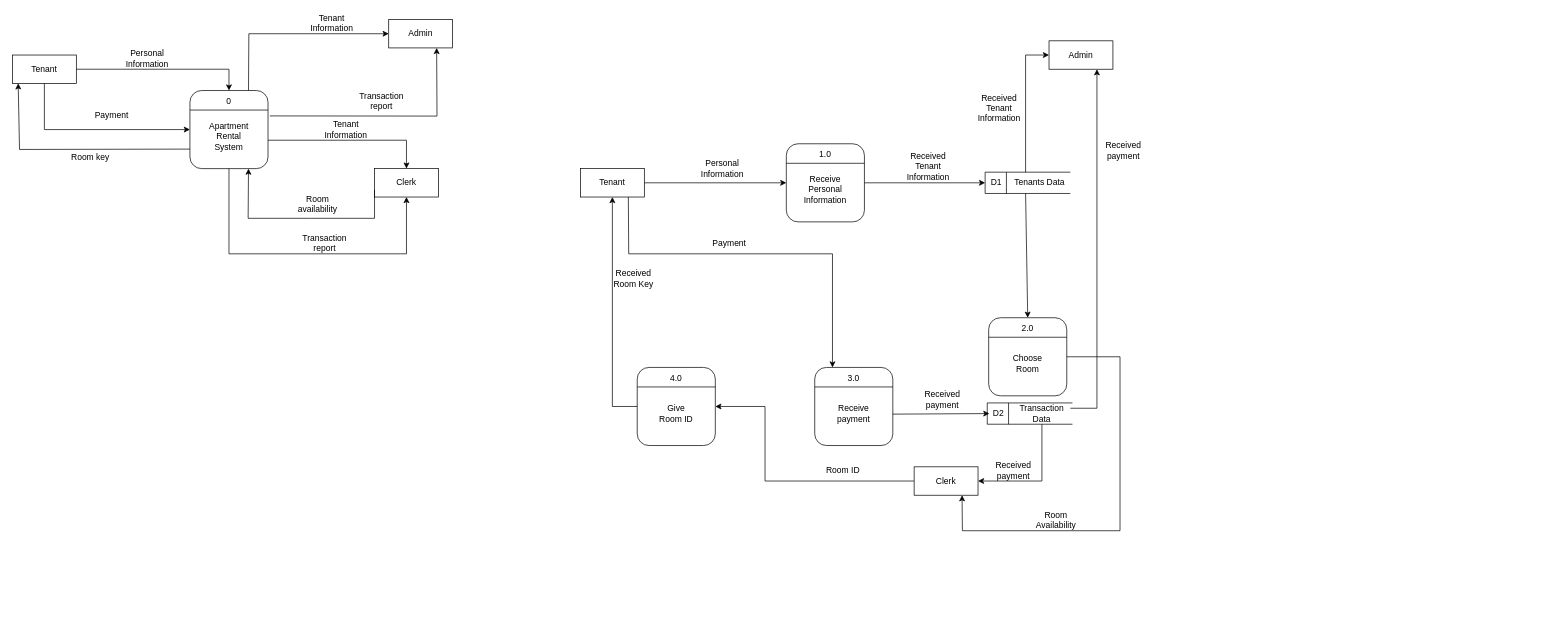
Beskiit/DIAGRAMS keeps this draw.io diagram as DFD.drawio. Above is the earlier version. Source tidied: cells renumbered, new cells numbered last; positions are measured from the earlier drawing's top-left corner, leaving out a move shared by most shapes. Both pictures are drawn from the tidied source at 71%, with x=0, y=0 at pixel (12, 12).
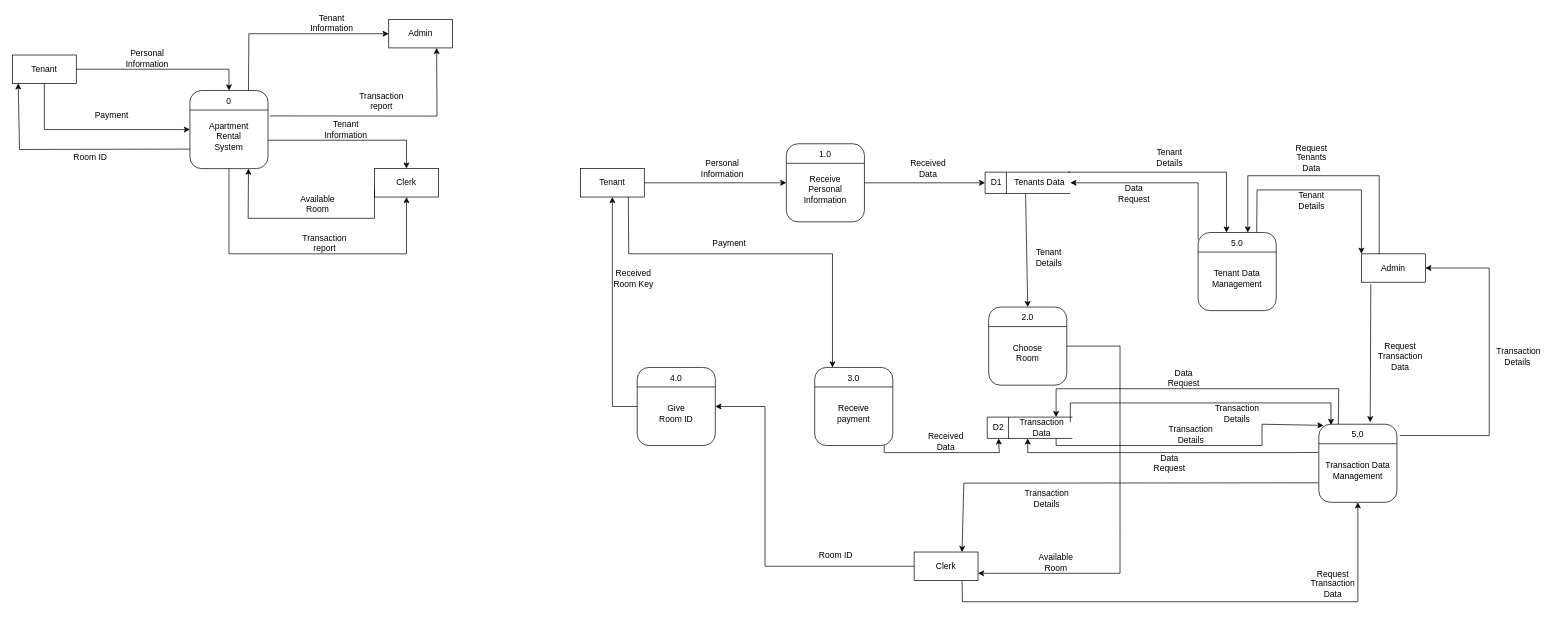
The same page after the edit.

The change refers to these unchanged cells:
```xml
<mxCell id="30" style="html=1;dashed=0;whiteSpace=wrap;shape=mxgraph.dfd.dataStoreID;align=left;spacingLeft=3;points=[[0,0],[0.5,0],[1,0],[0,0.5],[1,0.5],[0,1],[0.5,1],[1,1]];" parent="1" vertex="1">
  <mxGeometry x="1370" y="225" width="120" height="30" as="geometry" />
</mxCell>
<mxCell id="31" value="Tenants Data" style="text;html=1;align=center;verticalAlign=middle;whiteSpace=wrap;rounded=0;" parent="1" vertex="1">
  <mxGeometry x="1407" y="225" width="80" height="30" as="geometry" />
</mxCell>
<mxCell id="40" style="rounded=1;whiteSpace=wrap;html=1;" parent="1" vertex="1">
  <mxGeometry x="1130" y="500" width="110" height="110" as="geometry" />
</mxCell>
<mxCell id="49" style="rounded=1;whiteSpace=wrap;html=1;" parent="1" vertex="1">
  <mxGeometry x="880" y="500" width="110" height="110" as="geometry" />
</mxCell>
```

Change to the diagram source:
```diff
@@
-    <mxCell id="19" value="Room availability" style="text;html=1;align=center;verticalAlign=middle;whiteSpace=wrap;rounded=0;" parent="1" vertex="1">
+    <mxCell id="19" value="Available Room" style="text;html=1;align=center;verticalAlign=middle;whiteSpace=wrap;rounded=0;" parent="1" vertex="1">
       <mxGeometry x="400" y="255" width="60" height="30" as="geometry" />
     </mxCell>
@@
-    <mxCell id="21" value="Room key" style="text;html=1;align=center;verticalAlign=middle;whiteSpace=wrap;rounded=0;" parent="1" vertex="1">
+    <mxCell id="21" value="Room ID" style="text;html=1;align=center;verticalAlign=middle;whiteSpace=wrap;rounded=0;" parent="1" vertex="1">
       <mxGeometry x="80" y="190" width="60" height="30" as="geometry" />
     </mxCell>
@@
-    <mxCell id="34" value="Received&lt;div&gt;Tenant&lt;/div&gt;&lt;div&gt;Information&lt;/div&gt;" style="text;html=1;align=center;verticalAlign=middle;whiteSpace=wrap;rounded=0;" parent="1" vertex="1">
-      <mxGeometry x="1260" y="202" width="60" height="30" as="geometry" />
-    </mxCell>
     <mxCell id="35" style="rounded=1;whiteSpace=wrap;html=1;" parent="1" vertex="1">
-      <mxGeometry x="1375" y="430" width="110" height="110" as="geometry" />
+      <mxGeometry x="1375" y="415" width="110" height="110" as="geometry" />
     </mxCell>
@@
     <mxCell id="37" value="2.0" style="text;html=1;align=center;verticalAlign=middle;whiteSpace=wrap;rounded=0;" parent="1" vertex="1">
-      <mxGeometry x="1400" y="430" width="60" height="30" as="geometry" />
+      <mxGeometry x="1400" y="415" width="60" height="30" as="geometry" />
     </mxCell>
     <mxCell id="38" value="Choose Room" style="text;html=1;align=center;verticalAlign=middle;whiteSpace=wrap;rounded=0;" parent="1" vertex="1">
-      <mxGeometry x="1400" y="480" width="60" height="30" as="geometry" />
+      <mxGeometry x="1400" y="465" width="60" height="30" as="geometry" />
     </mxCell>
@@
     <mxCell id="44" style="html=1;dashed=0;whiteSpace=wrap;shape=mxgraph.dfd.dataStoreID;align=left;spacingLeft=3;" parent="1" vertex="1">
-      <mxGeometry x="1373" y="550" width="120" height="30" as="geometry" />
+      <mxGeometry x="1373" y="570" width="120" height="30" as="geometry" />
     </mxCell>
-    <mxCell id="45" style="edgeStyle=orthogonalEdgeStyle;rounded=0;jettySize=auto;html=1;exitX=1;exitY=0.25;exitDx=0;exitDy=0;entryX=0.75;entryY=1;entryDx=0;entryDy=0;" parent="1" edge="1" source="46" target="72">
-      <mxGeometry relative="1" as="geometry" />
-    </mxCell>
     <mxCell id="46" value="Transaction Data" style="text;html=1;align=center;verticalAlign=middle;whiteSpace=wrap;rounded=0;" parent="1" vertex="1">
-      <mxGeometry x="1410" y="550" width="80" height="30" as="geometry" />
+      <mxGeometry x="1410" y="570" width="80" height="30" as="geometry" />
     </mxCell>
     <mxCell id="47" value="D2" style="text;html=1;align=center;verticalAlign=middle;whiteSpace=wrap;rounded=0;" parent="1" vertex="1">
-      <mxGeometry x="1376" y="550" width="26" height="30" as="geometry" />
+      <mxGeometry x="1376" y="570" width="26" height="30" as="geometry" />
     </mxCell>
-    <mxCell id="48" style="endArrow=classic;html=1;rounded=0;entryX=0;entryY=0.5;entryDx=0;entryDy=0;exitX=0.998;exitY=0.598;exitDx=0;exitDy=0;exitPerimeter=0;" parent="1" edge="1" source="40" target="47">
-      <mxGeometry relative="1" as="geometry" />
+    <mxCell id="48" style="endArrow=classic;html=1;rounded=0;entryX=0.5;entryY=1;entryDx=0;entryDy=0;exitX=0.889;exitY=0.998;exitDx=0;exitDy=0;exitPerimeter=0;" parent="1" edge="1" source="40" target="47">
+      <mxGeometry relative="1" as="geometry">
+        <Array as="points">
+          <mxPoint x="1228" y="620" />
+          <mxPoint x="1300" y="620" />
+          <mxPoint x="1360" y="620" />
+          <mxPoint x="1390" y="620" />
+        </Array>
+      </mxGeometry>
     </mxCell>
@@
     <mxCell id="53" style="endArrow=classic;html=1;rounded=0;entryX=1;entryY=0.5;entryDx=0;entryDy=0;exitX=0;exitY=0.5;exitDx=0;exitDy=0;" parent="1" edge="1" source="58" target="49">
       <mxGeometry relative="1" as="geometry">
         <Array as="points">
-          <mxPoint x="1060" y="660" />
+          <mxPoint x="1060" y="780" />
           <mxPoint x="1060" y="555" />
         </Array>
       </mxGeometry>
     </mxCell>
-    <mxCell id="54" value="Received payment" style="text;html=1;align=center;verticalAlign=middle;whiteSpace=wrap;rounded=0;" parent="1" vertex="1">
-      <mxGeometry x="1280" y="530" width="60" height="30" as="geometry" />
+    <mxCell id="54" value="Received Data" style="text;html=1;align=center;verticalAlign=middle;whiteSpace=wrap;rounded=0;" parent="1" vertex="1">
+      <mxGeometry x="1285" y="590" width="60" height="30" as="geometry" />
     </mxCell>
     <mxCell id="55" value="Room ID" style="text;html=1;align=center;verticalAlign=middle;whiteSpace=wrap;rounded=0;" parent="1" vertex="1">
-      <mxGeometry x="1140" y="630" width="60" height="30" as="geometry" />
+      <mxGeometry x="1130" y="750" width="60" height="30" as="geometry" />
     </mxCell>
@@
     <mxCell id="58" style="rounded=0;whiteSpace=wrap;html=1;" parent="1" vertex="1">
-      <mxGeometry x="1270" y="640" width="90" height="40" as="geometry" />
+      <mxGeometry x="1270" y="760" width="90" height="40" as="geometry" />
     </mxCell>
     <mxCell id="59" value="Clerk" style="text;html=1;align=center;verticalAlign=middle;whiteSpace=wrap;rounded=0;" parent="1" vertex="1">
-      <mxGeometry x="1285" y="645" width="60" height="30" as="geometry" />
+      <mxGeometry x="1285" y="765" width="60" height="30" as="geometry" />
     </mxCell>
@@
-    <mxCell id="62" style="endArrow=classic;html=1;rounded=0;entryX=1;entryY=0.5;entryDx=0;entryDy=0;exitX=0.5;exitY=1;exitDx=0;exitDy=0;" parent="1" edge="1" source="46" target="58">
-      <mxGeometry relative="1" as="geometry">
-        <Array as="points">
-          <mxPoint x="1450" y="660" />
-        </Array>
-      </mxGeometry>
-    </mxCell>
-    <mxCell id="63" value="Received payment" style="text;html=1;align=center;verticalAlign=middle;whiteSpace=wrap;rounded=0;" parent="1" vertex="1">
-      <mxGeometry x="1380" y="630" width="60" height="30" as="geometry" />
-    </mxCell>
-    <mxCell id="64" style="endArrow=classic;html=1;rounded=0;entryX=0.75;entryY=1;entryDx=0;entryDy=0;exitX=1;exitY=0.5;exitDx=0;exitDy=0;" parent="1" edge="1" source="35" target="58">
+    <mxCell id="64" style="endArrow=classic;html=1;rounded=0;entryX=1;entryY=0.75;entryDx=0;entryDy=0;exitX=1;exitY=0.5;exitDx=0;exitDy=0;" parent="1" edge="1" source="35" target="58">
       <mxGeometry relative="1" as="geometry">
         <Array as="points">
-          <mxPoint x="1560" y="485" />
+          <mxPoint x="1560" y="470" />
           <mxPoint x="1560" y="730" />
-          <mxPoint x="1338" y="730" />
+          <mxPoint x="1560" y="790" />
         </Array>
       </mxGeometry>
     </mxCell>
-    <mxCell id="65" value="Room&lt;div&gt;Availability&lt;/div&gt;" style="text;html=1;align=center;verticalAlign=middle;whiteSpace=wrap;rounded=0;" parent="1" vertex="1">
-      <mxGeometry x="1440" y="700" width="60" height="30" as="geometry" />
+    <mxCell id="65" value="Available Room" style="text;html=1;align=center;verticalAlign=middle;whiteSpace=wrap;rounded=0;" parent="1" vertex="1">
+      <mxGeometry x="1440" y="760" width="60" height="30" as="geometry" />
     </mxCell>
@@
     <mxCell id="72" style="rounded=0;whiteSpace=wrap;html=1;" parent="1" vertex="1">
-      <mxGeometry x="1460" y="40" width="90" height="40" as="geometry" />
+      <mxGeometry x="1900" y="340" width="90" height="40" as="geometry" />
     </mxCell>
     <mxCell id="73" value="Admin" style="text;html=1;align=center;verticalAlign=middle;whiteSpace=wrap;rounded=0;" parent="1" vertex="1">
-      <mxGeometry x="1475" y="45" width="60" height="30" as="geometry" />
+      <mxGeometry x="1915" y="345" width="60" height="30" as="geometry" />
     </mxCell>
-    <mxCell id="74" style="endArrow=classic;html=1;rounded=0;entryX=0;entryY=0.5;entryDx=0;entryDy=0;exitX=0.25;exitY=0;exitDx=0;exitDy=0;" parent="1" edge="1" source="31" target="72">
-      <mxGeometry relative="1" as="geometry">
-        <Array as="points">
-          <mxPoint x="1427" y="60" />
-        </Array>
-      </mxGeometry>
-    </mxCell>
-    <mxCell id="75" value="Received&lt;div&gt;Tenant Information&lt;/div&gt;" style="text;html=1;align=center;verticalAlign=middle;whiteSpace=wrap;rounded=0;" parent="1" vertex="1">
-      <mxGeometry x="1360" y="120" width="60" height="30" as="geometry" />
-    </mxCell>
-    <mxCell id="76" value="Received payment" style="text;html=1;align=center;verticalAlign=middle;whiteSpace=wrap;rounded=0;" parent="1" vertex="1">
-      <mxGeometry x="1535" y="180" width="60" height="30" as="geometry" />
-    </mxCell>
+    <mxCell id="77" style="rounded=1;whiteSpace=wrap;html=1;" parent="1" vertex="1">
+      <mxGeometry x="1670" y="310" width="110" height="110" as="geometry" />
+    </mxCell>
+    <mxCell id="78" style="endArrow=none;html=1;rounded=0;entryX=1;entryY=0.25;entryDx=0;entryDy=0;exitX=0;exitY=0.25;exitDx=0;exitDy=0;elbow=vertical;" parent="1" edge="1" source="77" target="77">
+      <mxGeometry relative="1" as="geometry" />
+    </mxCell>
+    <mxCell id="79" value="5.0" style="text;html=1;align=center;verticalAlign=middle;whiteSpace=wrap;rounded=0;" parent="1" vertex="1">
+      <mxGeometry x="1695" y="310" width="60" height="30" as="geometry" />
+    </mxCell>
+    <mxCell id="80" value="Tenant Data Management" style="text;html=1;align=center;verticalAlign=middle;whiteSpace=wrap;rounded=0;" parent="1" vertex="1">
+      <mxGeometry x="1695" y="360" width="60" height="30" as="geometry" />
+    </mxCell>
+    <mxCell id="81" value="Received&lt;div&gt;Data&lt;/div&gt;" style="text;html=1;align=center;verticalAlign=middle;whiteSpace=wrap;rounded=0;" parent="1" vertex="1">
+      <mxGeometry x="1260" y="205" width="60" height="30" as="geometry" />
+    </mxCell>
+    <mxCell id="82" style="endArrow=classic;html=1;rounded=0;entryX=0.789;entryY=-0.094;entryDx=0;entryDy=0;exitX=0.147;exitY=1.069;exitDx=0;exitDy=0;exitPerimeter=0;entryPerimeter=0;" parent="1" edge="1" source="72" target="99">
+      <mxGeometry relative="1" as="geometry" />
+    </mxCell>
+    <mxCell id="83" value="Request Transaction Data" style="text;html=1;align=center;verticalAlign=middle;whiteSpace=wrap;rounded=0;" parent="1" vertex="1">
+      <mxGeometry x="1925" y="470" width="60" height="30" as="geometry" />
+    </mxCell>
+    <mxCell id="84" style="endArrow=classic;html=1;rounded=0;entryX=0.061;entryY=0.015;entryDx=0;entryDy=0;exitX=0.75;exitY=1;exitDx=0;exitDy=0;entryPerimeter=0;" parent="1" edge="1" source="46" target="97">
+      <mxGeometry relative="1" as="geometry">
+        <Array as="points">
+          <mxPoint x="1470" y="610" />
+          <mxPoint x="1760" y="610" />
+          <mxPoint x="1760" y="580" />
+        </Array>
+      </mxGeometry>
+    </mxCell>
+    <mxCell id="85" value="Transaction Details" style="text;html=1;align=center;verticalAlign=middle;whiteSpace=wrap;rounded=0;" parent="1" vertex="1">
+      <mxGeometry x="1630" y="580" width="60" height="30" as="geometry" />
+    </mxCell>
+    <mxCell id="86" value="Data Request" style="text;html=1;align=center;verticalAlign=middle;whiteSpace=wrap;rounded=0;" parent="1" vertex="1">
+      <mxGeometry x="1600" y="620" width="60" height="30" as="geometry" />
+    </mxCell>
+    <mxCell id="87" style="endArrow=classic;html=1;rounded=0;exitX=1;exitY=0;exitDx=0;exitDy=0;entryX=0.25;entryY=0;entryDx=0;entryDy=0;" parent="1" edge="1" source="31" target="79">
+      <mxGeometry relative="1" as="geometry">
+        <Array as="points">
+          <mxPoint x="1710" y="225" />
+        </Array>
+      </mxGeometry>
+    </mxCell>
+    <mxCell id="88" style="endArrow=classic;html=1;rounded=0;entryX=1;entryY=0.5;entryDx=0;entryDy=0;" parent="1" edge="1" target="30">
+      <mxGeometry relative="1" as="geometry">
+        <mxPoint x="1670" y="320" as="sourcePoint" />
+        <Array as="points">
+          <mxPoint x="1670" y="240" />
+        </Array>
+      </mxGeometry>
+    </mxCell>
+    <mxCell id="89" style="endArrow=classic;html=1;rounded=0;entryX=0.75;entryY=0;entryDx=0;entryDy=0;" parent="1" edge="1" target="79">
+      <mxGeometry relative="1" as="geometry">
+        <mxPoint x="1925" y="340" as="sourcePoint" />
+        <Array as="points">
+          <mxPoint x="1925" y="230" />
+          <mxPoint x="1740" y="230" />
+        </Array>
+      </mxGeometry>
+    </mxCell>
+    <mxCell id="90" value="Request Tenants Data" style="text;html=1;align=center;verticalAlign=middle;whiteSpace=wrap;rounded=0;" parent="1" vertex="1">
+      <mxGeometry x="1800" y="190" width="60" height="30" as="geometry" />
+    </mxCell>
+    <mxCell id="91" style="endArrow=classic;html=1;rounded=0;exitX=0.75;exitY=0;exitDx=0;exitDy=0;entryX=0;entryY=0;entryDx=0;entryDy=0;" parent="1" edge="1" source="77" target="72">
+      <mxGeometry relative="1" as="geometry">
+        <Array as="points">
+          <mxPoint x="1753" y="250" />
+          <mxPoint x="1900" y="250" />
+        </Array>
+      </mxGeometry>
+    </mxCell>
+    <mxCell id="92" value="Tenant Details" style="text;html=1;align=center;verticalAlign=middle;whiteSpace=wrap;rounded=0;" parent="1" vertex="1">
+      <mxGeometry x="1800" y="250" width="60" height="30" as="geometry" />
+    </mxCell>
+    <mxCell id="93" value="Tenant Details" style="text;html=1;align=center;verticalAlign=middle;whiteSpace=wrap;rounded=0;" parent="1" vertex="1">
+      <mxGeometry x="1600" y="190" width="60" height="30" as="geometry" />
+    </mxCell>
+    <mxCell id="94" value="Data Request" style="text;html=1;align=center;verticalAlign=middle;whiteSpace=wrap;rounded=0;" parent="1" vertex="1">
+      <mxGeometry x="1550" y="240" width="60" height="30" as="geometry" />
+    </mxCell>
+    <mxCell id="95" style="endArrow=classic;html=1;rounded=0;exitX=0.75;exitY=1;exitDx=0;exitDy=0;entryX=0.5;entryY=1;entryDx=0;entryDy=0;" parent="1" edge="1" source="58" target="97">
+      <mxGeometry relative="1" as="geometry">
+        <Array as="points">
+          <mxPoint x="1338" y="830" />
+          <mxPoint x="1895" y="830" />
+        </Array>
+      </mxGeometry>
+    </mxCell>
+    <mxCell id="96" value="Request Transaction Data" style="text;html=1;align=center;verticalAlign=middle;whiteSpace=wrap;rounded=0;" parent="1" vertex="1">
+      <mxGeometry x="1830" y="790" width="60" height="30" as="geometry" />
+    </mxCell>
+    <mxCell id="97" style="rounded=1;whiteSpace=wrap;html=1;" parent="1" vertex="1">
+      <mxGeometry x="1840" y="580" width="110" height="110" as="geometry" />
+    </mxCell>
+    <mxCell id="98" style="endArrow=none;html=1;rounded=0;entryX=1;entryY=0.25;entryDx=0;entryDy=0;exitX=0;exitY=0.25;exitDx=0;exitDy=0;elbow=vertical;" parent="1" edge="1" source="97" target="97">
+      <mxGeometry relative="1" as="geometry" />
+    </mxCell>
+    <mxCell id="99" value="5.0" style="text;html=1;align=center;verticalAlign=middle;whiteSpace=wrap;rounded=0;" parent="1" vertex="1">
+      <mxGeometry x="1865" y="580" width="60" height="30" as="geometry" />
+    </mxCell>
+    <mxCell id="100" value="Transaction&lt;span style=&quot;background-color: initial;&quot;&gt;&amp;nbsp;Data Management&lt;/span&gt;" style="text;html=1;align=center;verticalAlign=middle;whiteSpace=wrap;rounded=0;" parent="1" vertex="1">
+      <mxGeometry x="1865" y="630" width="60" height="30" as="geometry" />
+    </mxCell>
+    <mxCell id="101" style="endArrow=classic;html=1;rounded=0;exitX=-0.006;exitY=0.361;exitDx=0;exitDy=0;entryX=0.25;entryY=1;entryDx=0;entryDy=0;exitPerimeter=0;" parent="1" edge="1" source="97" target="46">
+      <mxGeometry relative="1" as="geometry">
+        <Array as="points">
+          <mxPoint x="1800" y="620" />
+          <mxPoint x="1750" y="620" />
+          <mxPoint x="1430" y="620" />
+        </Array>
+      </mxGeometry>
+    </mxCell>
+    <mxCell id="102" style="endArrow=classic;html=1;rounded=0;exitX=0;exitY=0.75;exitDx=0;exitDy=0;entryX=0.75;entryY=0;entryDx=0;entryDy=0;" parent="1" edge="1" source="97" target="58">
+      <mxGeometry relative="1" as="geometry">
+        <Array as="points">
+          <mxPoint x="1340" y="663" />
+        </Array>
+      </mxGeometry>
+    </mxCell>
+    <mxCell id="103" value="Transaction Details" style="text;html=1;align=center;verticalAlign=middle;whiteSpace=wrap;rounded=0;" parent="1" vertex="1">
+      <mxGeometry x="1427" y="670" width="60" height="30" as="geometry" />
+    </mxCell>
+    <mxCell id="104" value="Tenant Details" style="text;html=1;align=center;verticalAlign=middle;whiteSpace=wrap;rounded=0;" parent="1" vertex="1">
+      <mxGeometry x="1430" y="330" width="60" height="30" as="geometry" />
+    </mxCell>
+    <mxCell id="105" style="endArrow=classic;html=1;rounded=0;exitX=0.25;exitY=0;exitDx=0;exitDy=0;entryX=0.75;entryY=0;entryDx=0;entryDy=0;" parent="1" edge="1" source="97" target="46">
+      <mxGeometry relative="1" as="geometry">
+        <Array as="points">
+          <mxPoint x="1868" y="530" />
+          <mxPoint x="1680" y="530" />
+          <mxPoint x="1470" y="530" />
+        </Array>
+      </mxGeometry>
+    </mxCell>
+    <mxCell id="106" style="endArrow=classic;html=1;rounded=0;exitX=1;exitY=0.25;exitDx=0;exitDy=0;entryX=0.156;entryY=0.009;entryDx=0;entryDy=0;entryPerimeter=0;" parent="1" edge="1" source="46" target="97">
+      <mxGeometry relative="1" as="geometry">
+        <Array as="points">
+          <mxPoint x="1490" y="550" />
+          <mxPoint x="1680" y="550" />
+          <mxPoint x="1857" y="550" />
+        </Array>
+      </mxGeometry>
+    </mxCell>
+    <mxCell id="107" value="Transaction Details" style="text;html=1;align=center;verticalAlign=middle;whiteSpace=wrap;rounded=0;" parent="1" vertex="1">
+      <mxGeometry x="1695" y="550" width="60" height="30" as="geometry" />
+    </mxCell>
+    <mxCell id="108" value="Data Request" style="text;html=1;align=center;verticalAlign=middle;whiteSpace=wrap;rounded=0;" parent="1" vertex="1">
+      <mxGeometry x="1620" y="500" width="60" height="30" as="geometry" />
+    </mxCell>
+    <mxCell id="109" style="endArrow=classic;html=1;rounded=0;exitX=1.036;exitY=0.145;exitDx=0;exitDy=0;exitPerimeter=0;entryX=1;entryY=0.5;entryDx=0;entryDy=0;" parent="1" edge="1" source="97" target="72">
+      <mxGeometry relative="1" as="geometry">
+        <Array as="points">
+          <mxPoint x="2080" y="596" />
+          <mxPoint x="2080" y="360" />
+        </Array>
+      </mxGeometry>
+    </mxCell>
+    <mxCell id="110" value="&amp;nbsp;Transaction Details" style="text;html=1;align=center;verticalAlign=middle;whiteSpace=wrap;rounded=0;" parent="1" vertex="1">
+      <mxGeometry x="2090" y="470" width="60" height="30" as="geometry" />
+    </mxCell>
```
